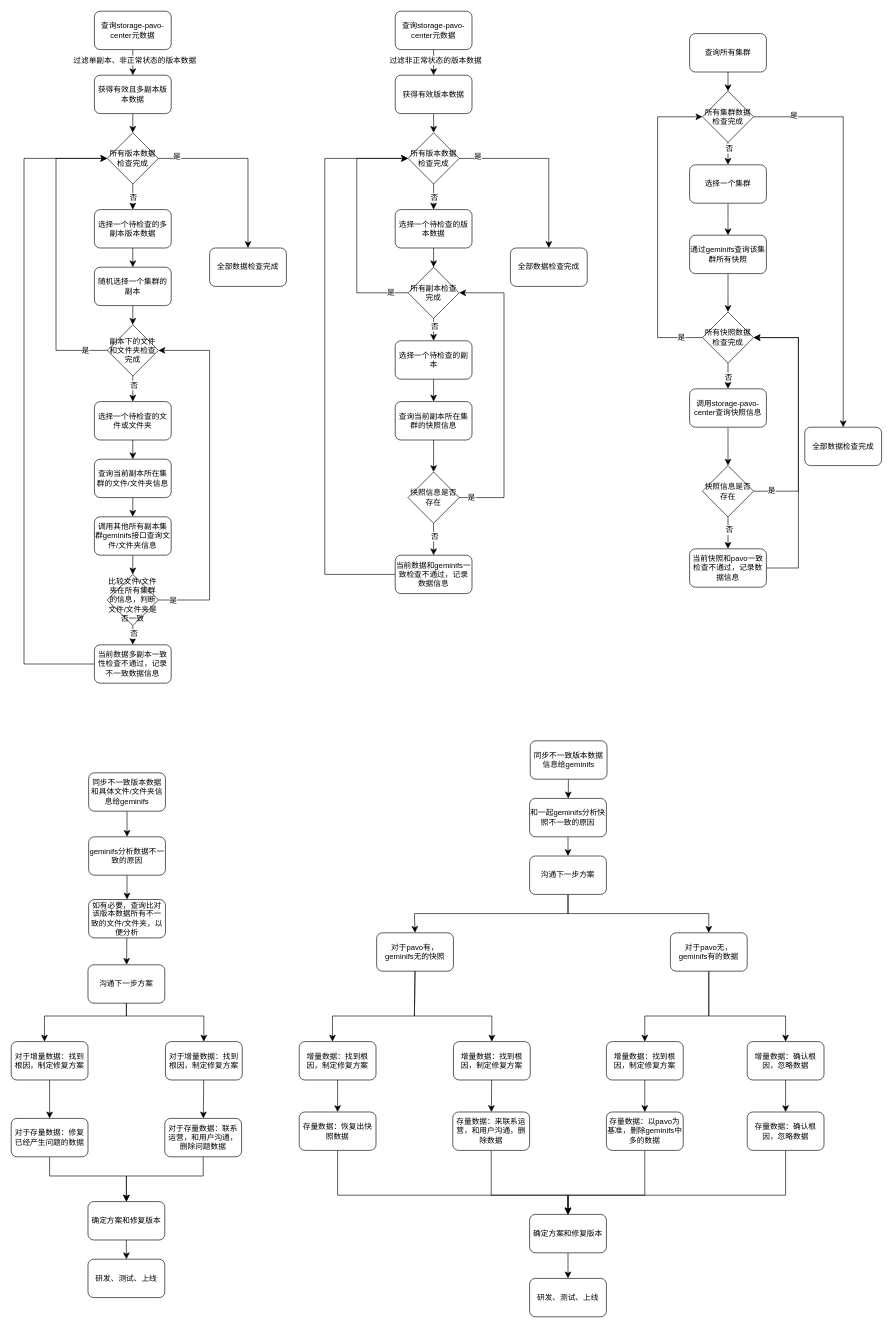
The draw.io diagram page "Page-1" (1 of 2) of 存储/pavo和geminifs不一致数据查询和处理.drawio in paochiang/draw, before the edit. Source tidied: cells renumbered, new cells numbered last; positions are measured from the earlier drawing's top-left corner, leaving out a move shared by most shapes. Both pictures are drawn from the tidied source at 64%, with x=0, y=0 at pixel (11, 11).
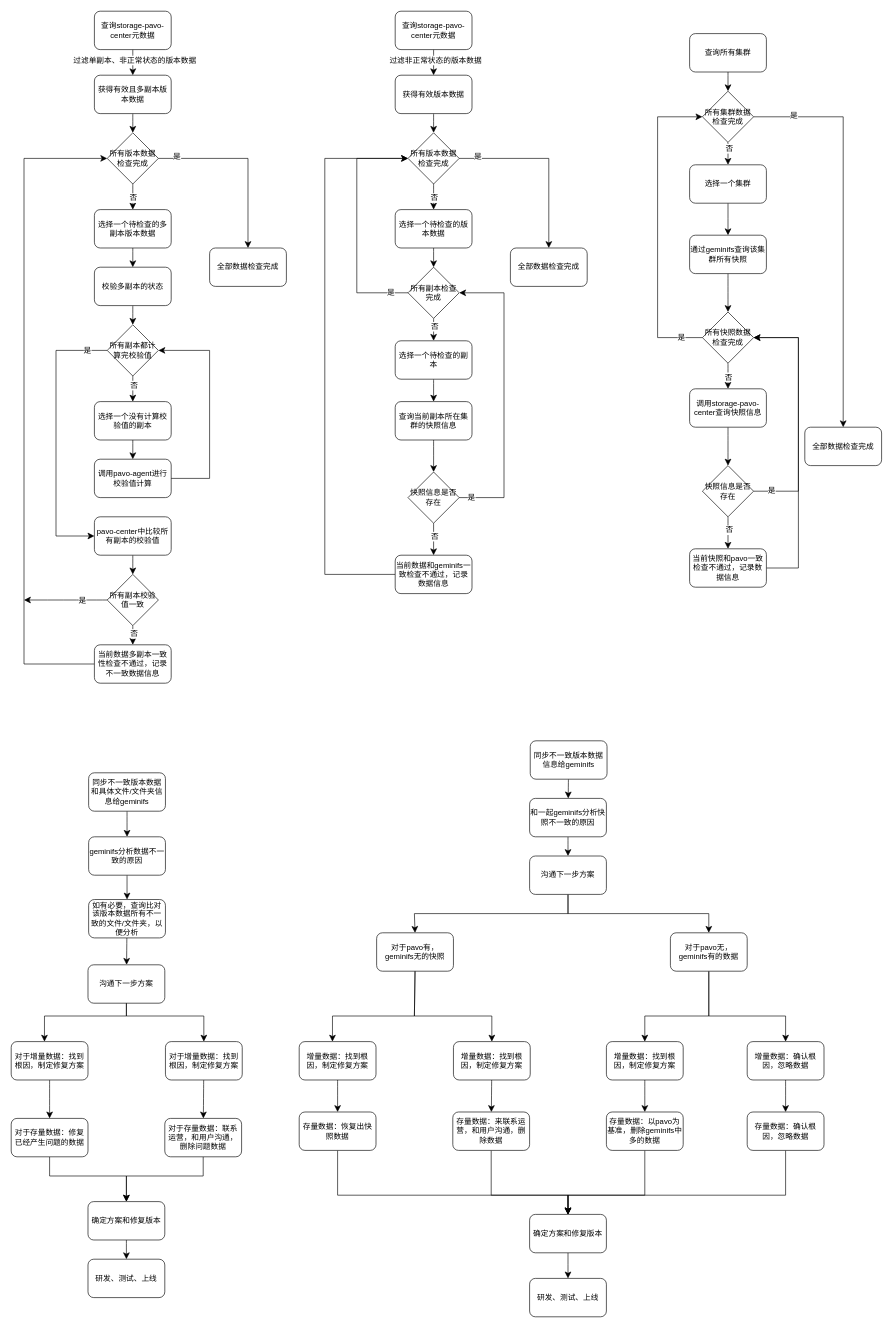
The same diagram, later.

The change refers to these unchanged cells:
```xml
<mxCell id="11" value="所有版本数据检查完成" style="rhombus;whiteSpace=wrap;html=1;" parent="1" vertex="1">
  <mxGeometry x="150" y="190" width="80" height="80" as="geometry" />
</mxCell>
```

Change to the diagram source:
```diff
@@
-    <mxCell id="15" value="随机选择一个集群的副本" style="rounded=1;whiteSpace=wrap;html=1;" parent="1" vertex="1">
+    <mxCell id="15" value="校验多副本的状态" style="rounded=1;whiteSpace=wrap;html=1;" parent="1" vertex="1">
       <mxGeometry x="130" y="400" width="120" height="60" as="geometry" />
     </mxCell>
@@
-    <mxCell id="18" style="edgeStyle=none;curved=0;rounded=0;jettySize=auto;html=1;exitX=0;exitY=0.5;exitDx=0;exitDy=0;entryX=0;entryY=0.5;entryDx=0;entryDy=0;fontSize=12;startSize=8;endSize=8;" parent="1" edge="1" source="20" target="11">
+    <mxCell id="18" style="edgeStyle=none;curved=0;rounded=0;jettySize=auto;html=1;exitX=0;exitY=0.5;exitDx=0;exitDy=0;entryX=0;entryY=0.5;entryDx=0;entryDy=0;fontSize=12;startSize=8;endSize=8;" parent="1" edge="1" source="20" target="26">
       <mxGeometry relative="1" as="geometry">
         <Array as="points">
           <mxPoint x="70" y="530" />
-          <mxPoint x="70" y="230" />
+          <mxPoint x="70" y="820" />
         </Array>
       </mxGeometry>
     </mxCell>
@@
-    <mxCell id="20" value="副本下的文件和文件夹检查完成" style="rhombus;whiteSpace=wrap;html=1;" parent="1" vertex="1">
+    <mxCell id="20" value="所有副本都计算完校验值" style="rhombus;whiteSpace=wrap;html=1;" parent="1" vertex="1">
       <mxGeometry x="150" y="490" width="80" height="80" as="geometry" />
     </mxCell>
@@
-    <mxCell id="22" value="选择一个待检查的文件或文件夹" style="rounded=1;whiteSpace=wrap;html=1;" parent="1" vertex="1">
+    <mxCell id="22" value="选择一个没有计算校验值的副本" style="rounded=1;whiteSpace=wrap;html=1;" parent="1" vertex="1">
       <mxGeometry x="130" y="610" width="120" height="60" as="geometry" />
     </mxCell>
-    <mxCell id="23" style="edgeStyle=none;curved=1;rounded=0;jettySize=auto;html=1;fontSize=12;startSize=8;endSize=8;" parent="1" edge="1" source="24" target="26">
-      <mxGeometry relative="1" as="geometry" />
-    </mxCell>
-    <mxCell id="24" value="查询当前副本所在集群的文件/文件夹信息" style="rounded=1;whiteSpace=wrap;html=1;" parent="1" vertex="1">
+    <mxCell id="24" value="调用pavo-agent进行校验值计算" style="rounded=1;whiteSpace=wrap;html=1;" parent="1" vertex="1">
       <mxGeometry x="130" y="700" width="120" height="60" as="geometry" />
     </mxCell>
@@
-    <mxCell id="26" value="调用其他所有副本集群geminifs接口查询文件/文件夹信息" style="rounded=1;whiteSpace=wrap;html=1;" parent="1" vertex="1">
+    <mxCell id="26" value="pavo-center中比较所有副本的校验值" style="rounded=1;whiteSpace=wrap;html=1;" parent="1" vertex="1">
       <mxGeometry x="130" y="790" width="120" height="60" as="geometry" />
     </mxCell>
@@
-    <mxCell id="29" style="edgeStyle=none;curved=0;rounded=0;jettySize=auto;html=1;exitX=1;exitY=0.5;exitDx=0;exitDy=0;entryX=1;entryY=0.5;entryDx=0;entryDy=0;fontSize=12;startSize=8;endSize=8;" parent="1" edge="1" source="31" target="20">
+    <mxCell id="29" style="edgeStyle=none;curved=0;rounded=0;jettySize=auto;html=1;exitX=1;exitY=0.5;exitDx=0;exitDy=0;entryX=1;entryY=0.5;entryDx=0;entryDy=0;fontSize=12;startSize=8;endSize=8;" parent="1" edge="1" source="24" target="20">
       <mxGeometry relative="1" as="geometry">
         <Array as="points">
-          <mxPoint x="310" y="920" />
+          <mxPoint x="310" y="730" />
           <mxPoint x="310" y="530" />
         </Array>
       </mxGeometry>
     </mxCell>
-    <mxCell id="30" value="是" style="edgeLabel;html=1;align=center;verticalAlign=middle;fontSize=12;" parent="29" vertex="1">
-      <mxGeometry x="-0.92" relative="1" as="geometry" />
-    </mxCell>
-    <mxCell id="31" value="比较文件/文件夹在所有集群的信息，判断文件/文件夹是否一致" style="rhombus;whiteSpace=wrap;html=1;" parent="1" vertex="1">
+    <mxCell id="31" value="所有副本校验值一致" style="rhombus;whiteSpace=wrap;html=1;" parent="1" vertex="1">
       <mxGeometry x="150" y="880" width="80" height="80" as="geometry" />
     </mxCell>
@@
+    <mxCell id="142" style="endArrow=classic;html=1;rounded=0;fontSize=12;startSize=8;endSize=8;curved=1;exitX=0;exitY=0.5;exitDx=0;exitDy=0;" parent="1" edge="1" source="31">
+      <mxGeometry relative="1" as="geometry">
+        <mxPoint x="20" y="920" as="targetPoint" />
+      </mxGeometry>
+    </mxCell>
+    <mxCell id="30" value="是" style="edgeLabel;html=1;align=center;verticalAlign=middle;fontSize=12;" parent="142" vertex="1">
+      <mxGeometry x="-0.39" relative="1" as="geometry" />
+    </mxCell>
```
